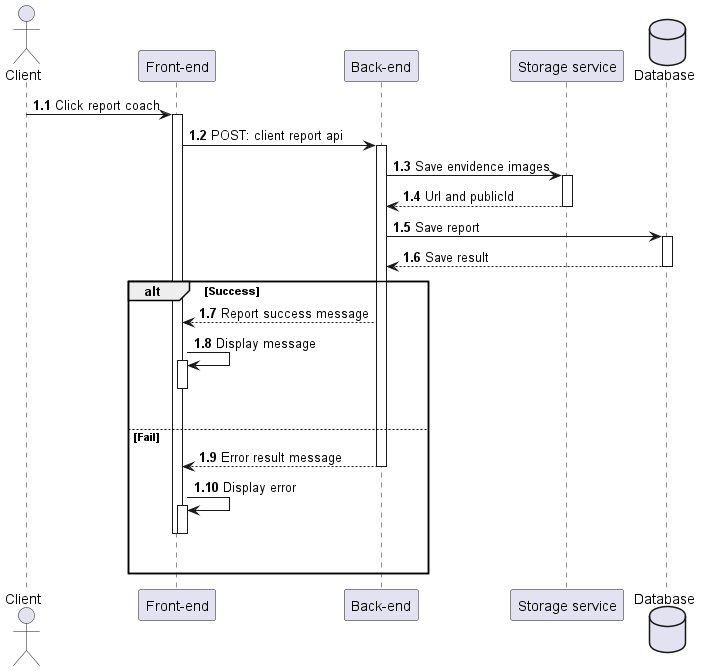
Above: out/Sequences_diagrams/ReportCoach/ReportCoach.png in HTPhong-276/iCoaching-Diagrams (PlantUML), before the change. Source of this version:
```plantuml
@startuml ReportCoach
actor Client as user
participant "Front-end" as client
participant "Back-end" as server
participant "Storage service" as imgCloud
database "Database" as db

autonumber 1.1 "<b>0:"

user -> client++ : Click report coach
client -> server++ : POST: client report api
server -> imgCloud++ : Save envidence images
imgCloud --> server : Url and publicId
deactivate
server -> db++ : Save report
db --> server : Save result
deactivate db

alt Success
    server --> client : Report success message
    client -> client++ : Display message
    deactivate client
    |||
else Fail
    server --> client : Error result message
    deactivate server
    client -> client++ : Display error
    deactivate client
    deactivate client
    |||
end
@enduml
```
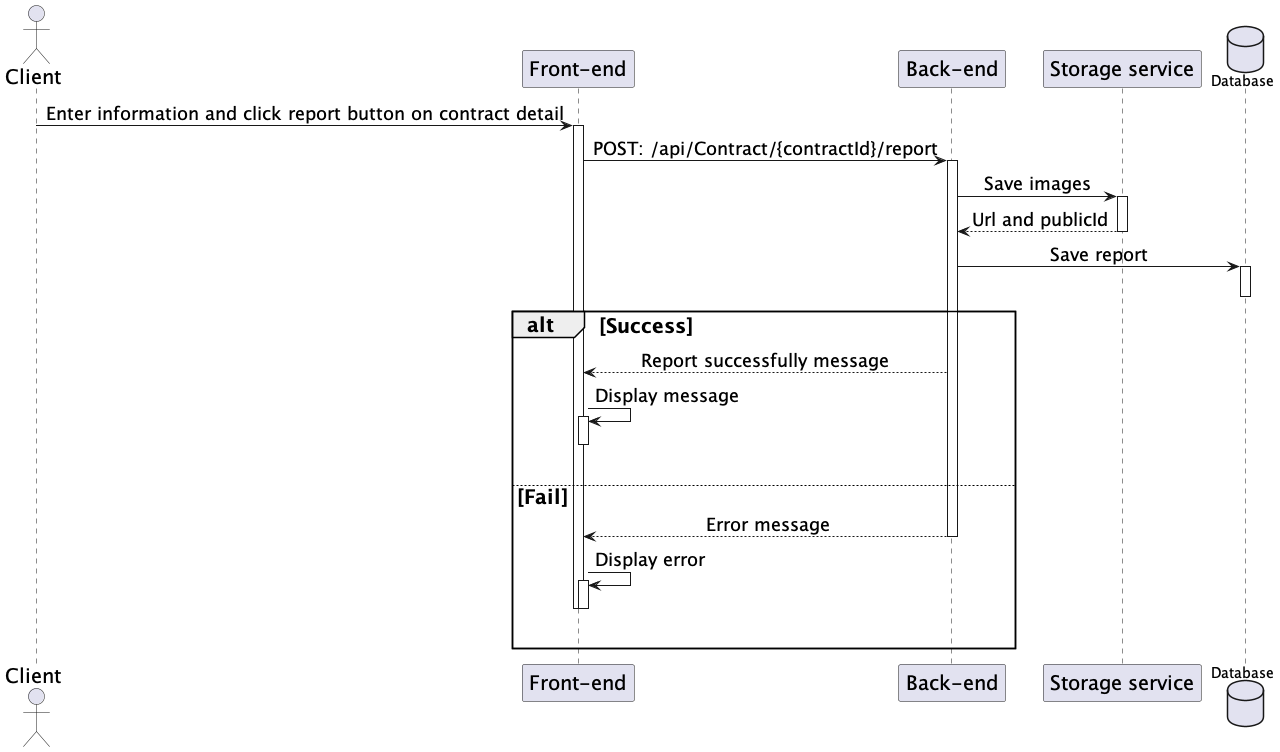
The same diagram one commit later.

Change to the diagram source:
```diff
@@ -1,28 +1,34 @@
 @startuml ReportCoach
+skinparam sequenceMessageAlign center
+skinparam sequenceGroupFontSize 20
+skinparam sequenceGroupHeaderFontSize 20
+skinparam sequence {
+    ParticipantFontSize 20
+    ActorFontSize 20
+    DatabaseFontSize 20
+    ArrowFontSize 18
+}
 actor Client as user
 participant "Front-end" as client
 participant "Back-end" as server
 participant "Storage service" as imgCloud
 database "Database" as db
 
-autonumber 1.1 "<b>0:"
-
-user -> client++ : Click report coach
-client -> server++ : POST: client report api
-server -> imgCloud++ : Save envidence images
+user -> client++ :Enter information and click report button on contract detail
+client -> server++ : POST: /api/Contract/{contractId}/report
+server -> imgCloud++ : Save images
 imgCloud --> server : Url and publicId
 deactivate
 server -> db++ : Save report
-db --> server : Save result
 deactivate db
 
 alt Success
-    server --> client : Report success message
+    server --> client : Report successfully message
     client -> client++ : Display message
     deactivate client
     |||
 else Fail
-    server --> client : Error result message
+    server --> client : Error message
     deactivate server
     client -> client++ : Display error
     deactivate client
```
